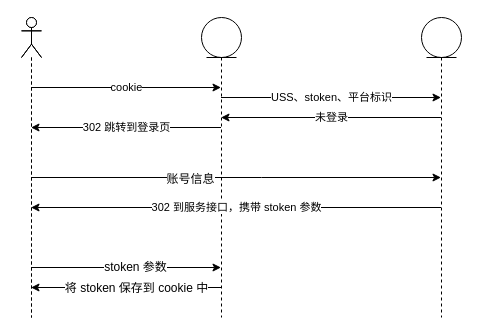
This is passport.drawio from zhchenxin/flow, a draw.io file, before an edit. Source tidied: cells renumbered, new cells numbered last; positions are measured from the earlier drawing's top-left corner, leaving out a move shared by most shapes. Both pictures are drawn from the tidied source at 100%, with x=0, y=0 at pixel (21, 17).
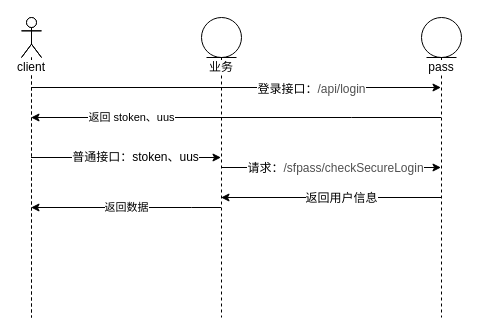
After the change.

Change to the diagram source:
```diff
@@
-    <mxCell id="3" value="USS、stoken、平台标识" style="edgeStyle=orthogonalEdgeStyle;rounded=0;jettySize=auto;html=1;" parent="1" edge="1" source="7" target="10">
-      <mxGeometry relative="1" as="geometry">
-        <Array as="points">
-          <mxPoint x="310" y="80" />
-          <mxPoint x="310" y="80" />
-        </Array>
-      </mxGeometry>
+    <mxCell id="3" style="edgeStyle=orthogonalEdgeStyle;rounded=0;jettySize=auto;html=1;" parent="1" edge="1" source="7" target="10">
+      <mxGeometry relative="1" as="geometry" />
     </mxCell>
-    <mxCell id="4" value="302 跳转到登录页" style="edgeStyle=orthogonalEdgeStyle;rounded=0;jettySize=auto;html=1;" parent="1" edge="1" source="7" target="16">
-      <mxGeometry relative="1" as="geometry">
-        <Array as="points">
-          <mxPoint x="100" y="110" />
-          <mxPoint x="100" y="110" />
-        </Array>
-      </mxGeometry>
-    </mxCell>
-    <mxCell id="5" style="edgeStyle=orthogonalEdgeStyle;rounded=0;jettySize=auto;html=1;" parent="1" edge="1" source="7" target="16">
-      <mxGeometry relative="1" as="geometry">
-        <Array as="points">
-          <mxPoint x="100" y="270" />
-          <mxPoint x="100" y="270" />
-        </Array>
-      </mxGeometry>
-    </mxCell>
-    <mxCell id="6" value="将 stoken 保存到 cookie 中" style="text;html=1;align=center;verticalAlign=middle;labelBackgroundColor=#ffffff;" parent="5" vertex="1">
-      <mxGeometry x="0.05" y="-14" relative="1" as="geometry">
-        <mxPoint x="15" y="14" as="offset" />
-      </mxGeometry>
-    </mxCell>
+    <mxCell id="17" value="请求：&lt;span style=&quot;color: rgb(80 , 80 , 80) ; font-family: &amp;#34;opensans&amp;#34; , &amp;#34;helvetica&amp;#34; , &amp;#34;arial&amp;#34; , sans-serif ; text-align: left ; white-space: pre-wrap&quot;&gt;/sfpass/checkSecureLogin&lt;/span&gt;" style="text;html=1;align=center;verticalAlign=middle;labelBackgroundColor=#ffffff;" parent="3" vertex="1">
+      <mxGeometry x="0.23" relative="1" as="geometry">
+        <mxPoint x="-21.5" as="offset" />
+      </mxGeometry>
+    </mxCell>
+    <mxCell id="18" value="返回数据" style="edgeStyle=orthogonalEdgeStyle;rounded=0;jettySize=auto;html=1;" parent="1" edge="1" source="7" target="16">
+      <mxGeometry relative="1" as="geometry">
+        <Array as="points">
+          <mxPoint x="170" y="190" />
+          <mxPoint x="170" y="190" />
+        </Array>
+      </mxGeometry>
+    </mxCell>
-    <mxCell id="7" style="shape=umlLifeline;participant=umlEntity;perimeter=lifelinePerimeter;whiteSpace=wrap;html=1;verticalAlign=top;spacingTop=36;labelBackgroundColor=#ffffff;outlineConnect=0;" parent="1" vertex="1">
+    <mxCell id="7" value="业务" style="shape=umlLifeline;participant=umlEntity;perimeter=lifelinePerimeter;whiteSpace=wrap;html=1;verticalAlign=top;spacingTop=36;labelBackgroundColor=#ffffff;outlineConnect=0;" parent="1" vertex="1">
       <mxGeometry x="180" width="40" height="300" as="geometry" />
     </mxCell>
+    <mxCell id="9" value="返回 stoken、uus" style="edgeStyle=orthogonalEdgeStyle;rounded=0;jettySize=auto;html=1;" parent="1" edge="1" source="10" target="16">
+      <mxGeometry x="0.51" relative="1" as="geometry">
+        <Array as="points">
+          <mxPoint x="330" y="100" />
+          <mxPoint x="330" y="100" />
+        </Array>
+        <mxPoint x="1" as="offset" />
+      </mxGeometry>
+    </mxCell>
-    <mxCell id="8" value="未登录" style="edgeStyle=orthogonalEdgeStyle;rounded=0;jettySize=auto;html=1;" parent="1" edge="1" source="10" target="7">
+    <mxCell id="8" style="edgeStyle=orthogonalEdgeStyle;rounded=0;jettySize=auto;html=1;" parent="1" edge="1" source="10" target="7">
       <mxGeometry relative="1" as="geometry">
         <Array as="points">
-          <mxPoint x="320" y="100" />
-          <mxPoint x="320" y="100" />
+          <mxPoint x="300" y="180" />
+          <mxPoint x="300" y="180" />
         </Array>
       </mxGeometry>
     </mxCell>
-    <mxCell id="9" value="302 到服务接口，携带 stoken 参数" style="edgeStyle=orthogonalEdgeStyle;rounded=0;jettySize=auto;html=1;" parent="1" edge="1" source="10" target="16">
-      <mxGeometry relative="1" as="geometry">
-        <Array as="points">
-          <mxPoint x="250" y="190" />
-          <mxPoint x="250" y="190" />
-        </Array>
-      </mxGeometry>
-    </mxCell>
+    <mxCell id="19" value="返回用户信息" style="text;html=1;align=center;verticalAlign=middle;labelBackgroundColor=#ffffff;" parent="8" vertex="1">
+      <mxGeometry x="0.09" y="-19" relative="1" as="geometry">
+        <mxPoint x="20" y="19" as="offset" />
+      </mxGeometry>
+    </mxCell>
-    <mxCell id="10" style="shape=umlLifeline;participant=umlEntity;perimeter=lifelinePerimeter;whiteSpace=wrap;html=1;verticalAlign=top;spacingTop=36;labelBackgroundColor=#ffffff;outlineConnect=0;" parent="1" vertex="1">
+    <mxCell id="10" value="pass" style="shape=umlLifeline;participant=umlEntity;perimeter=lifelinePerimeter;whiteSpace=wrap;html=1;verticalAlign=top;spacingTop=36;labelBackgroundColor=#ffffff;outlineConnect=0;" parent="1" vertex="1">
       <mxGeometry x="400" width="40" height="300" as="geometry" />
     </mxCell>
-    <mxCell id="11" value="cookie" style="edgeStyle=orthogonalEdgeStyle;rounded=0;jettySize=auto;html=1;" parent="1" edge="1" source="16" target="7">
-      <mxGeometry relative="1" as="geometry">
-        <Array as="points">
-          <mxPoint x="100" y="70" />
-          <mxPoint x="100" y="70" />
-        </Array>
-      </mxGeometry>
-    </mxCell>
     <mxCell id="12" style="edgeStyle=orthogonalEdgeStyle;rounded=0;jettySize=auto;html=1;" parent="1" edge="1" source="16" target="10">
       <mxGeometry relative="1" as="geometry">
         <Array as="points">
-          <mxPoint x="240" y="160" />
-          <mxPoint x="240" y="160" />
+          <mxPoint x="290" y="70" />
+          <mxPoint x="290" y="70" />
         </Array>
       </mxGeometry>
     </mxCell>
-    <mxCell id="13" value="账号信息" style="text;html=1;align=center;verticalAlign=middle;labelBackgroundColor=#ffffff;" parent="12" vertex="1">
+    <mxCell id="13" value="登录接口：&lt;span style=&quot;color: rgb(80 , 80 , 80) ; font-family: &amp;#34;opensans&amp;#34; , &amp;#34;helvetica&amp;#34; , &amp;#34;arial&amp;#34; , sans-serif ; text-align: left ; white-space: pre-wrap&quot;&gt;/api/login&lt;/span&gt;" style="text;html=1;align=center;verticalAlign=middle;labelBackgroundColor=#ffffff;" parent="12" vertex="1">
       <mxGeometry x="0.12" y="-71" relative="1" as="geometry">
-        <mxPoint x="-71" y="-70" as="offset" />
+        <mxPoint x="49.5" y="-70" as="offset" />
       </mxGeometry>
     </mxCell>
     <mxCell id="14" style="edgeStyle=orthogonalEdgeStyle;rounded=0;jettySize=auto;html=1;" parent="1" edge="1" source="16" target="7">
       <mxGeometry relative="1" as="geometry">
         <Array as="points">
-          <mxPoint x="110" y="250" />
-          <mxPoint x="110" y="250" />
+          <mxPoint x="170" y="140" />
+          <mxPoint x="170" y="140" />
         </Array>
       </mxGeometry>
     </mxCell>
-    <mxCell id="15" value="stoken 参数" style="text;html=1;align=center;verticalAlign=middle;labelBackgroundColor=#ffffff;" parent="14" vertex="1">
+    <mxCell id="15" value="普通接口：stoken、uus" style="text;html=1;align=center;verticalAlign=middle;labelBackgroundColor=#ffffff;" parent="14" vertex="1">
       <mxGeometry x="0.09" y="1" relative="1" as="geometry" />
     </mxCell>
-    <mxCell id="16" style="shape=umlLifeline;participant=umlActor;perimeter=lifelinePerimeter;whiteSpace=wrap;html=1;verticalAlign=top;spacingTop=36;labelBackgroundColor=#ffffff;outlineConnect=0;" parent="1" vertex="1">
+    <mxCell id="16" value="client" style="shape=umlLifeline;participant=umlActor;perimeter=lifelinePerimeter;whiteSpace=wrap;html=1;verticalAlign=top;spacingTop=36;labelBackgroundColor=#ffffff;outlineConnect=0;" parent="1" vertex="1">
       <mxGeometry width="20" height="300" as="geometry" />
     </mxCell>
```
